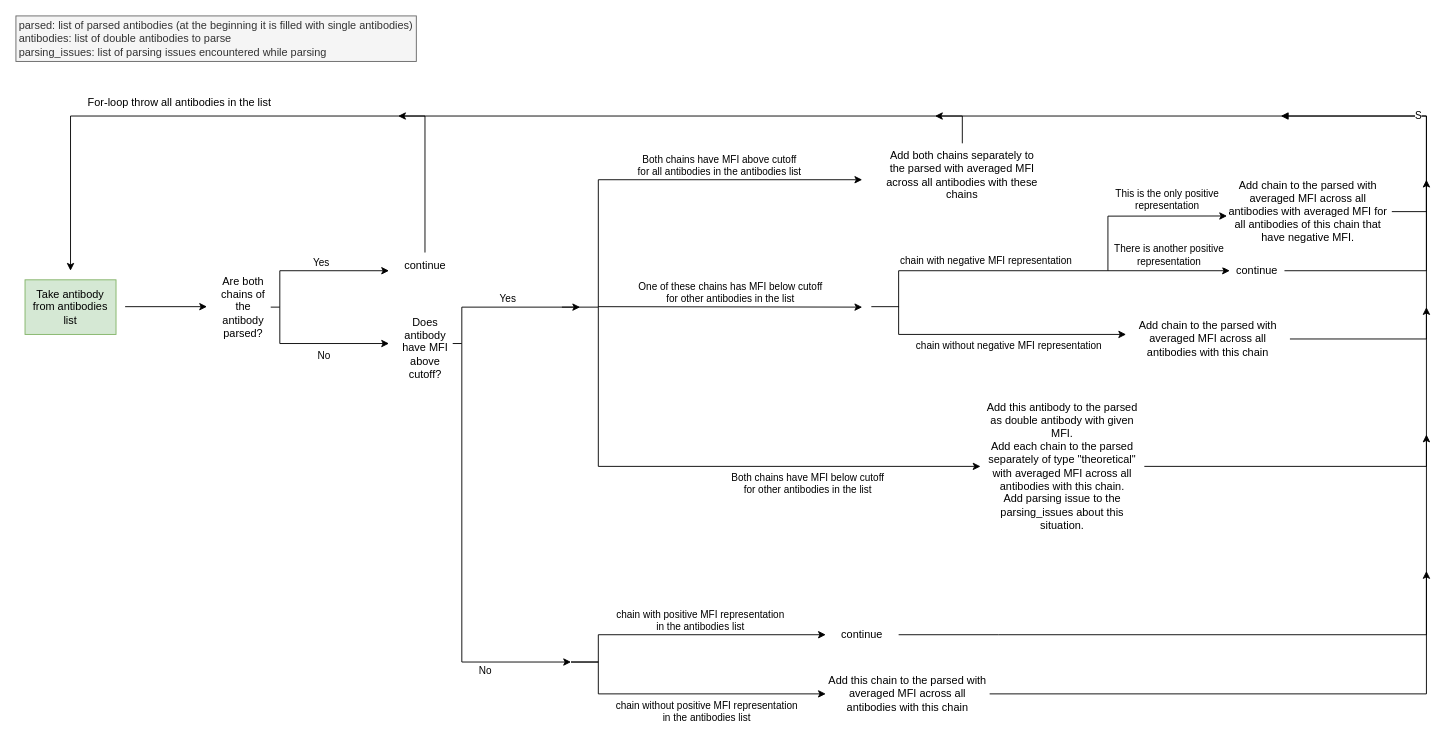
Earlier version of the draw.io diagram documentation/double_antibodies_parsing/double_antibodies_parsing_algorithm.drawio.xml (mild-blue/txmatching). Source tidied: cells renumbered, new cells numbered last; positions are measured from the earlier drawing's top-left corner, leaving out a move shared by most shapes. Both pictures are drawn from the tidied source at 91%, with x=0, y=0 at pixel (15, 15).
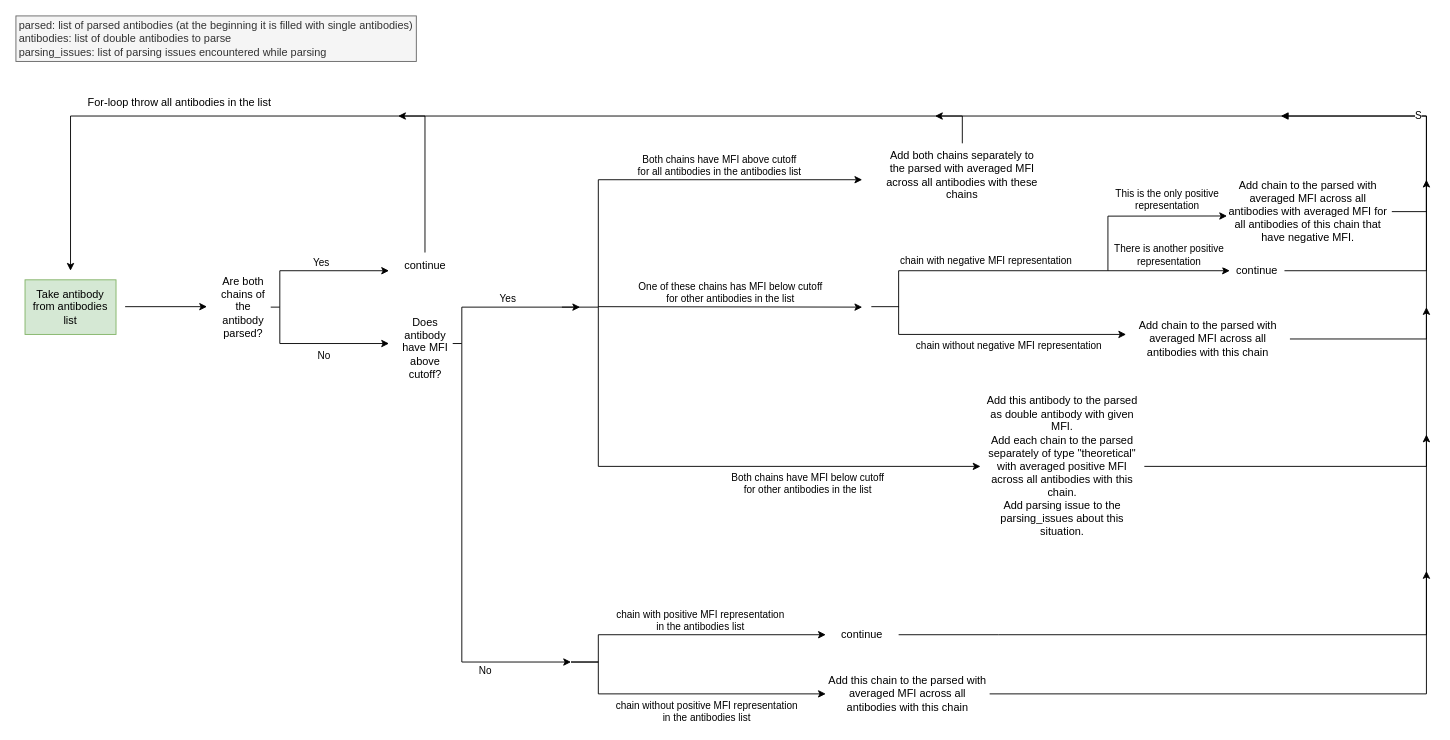
After the change.

Commit message (it also covers changes not shown here):
Update info about MFI computation for theoretical.

The edit, as a diff of the source:
```diff
@@
-    <mxCell id="24" value="Add this antibody to the parsed as double antibody with given MFI.&lt;br&gt;Add each chain to the parsed separately of type &quot;theoretical&quot; with averaged MFI across all antibodies with this chain.&lt;br&gt;Add parsing issue to the parsing_issues about this situation." style="text;strokeColor=none;align=center;fillColor=none;html=1;verticalAlign=middle;whiteSpace=wrap;rounded=0;" parent="1" vertex="1">
+    <mxCell id="24" value="Add this antibody to the parsed as double antibody with given MFI.&lt;br&gt;Add each chain to the parsed separately of type &quot;theoretical&quot; with averaged positive MFI across all antibodies with this chain.&lt;br&gt;Add parsing issue to the parsing_issues about this situation." style="text;strokeColor=none;align=center;fillColor=none;html=1;verticalAlign=middle;whiteSpace=wrap;rounded=0;" parent="1" vertex="1">
       <mxGeometry x="1060" y="460" width="180" height="70" as="geometry" />
     </mxCell>
```
